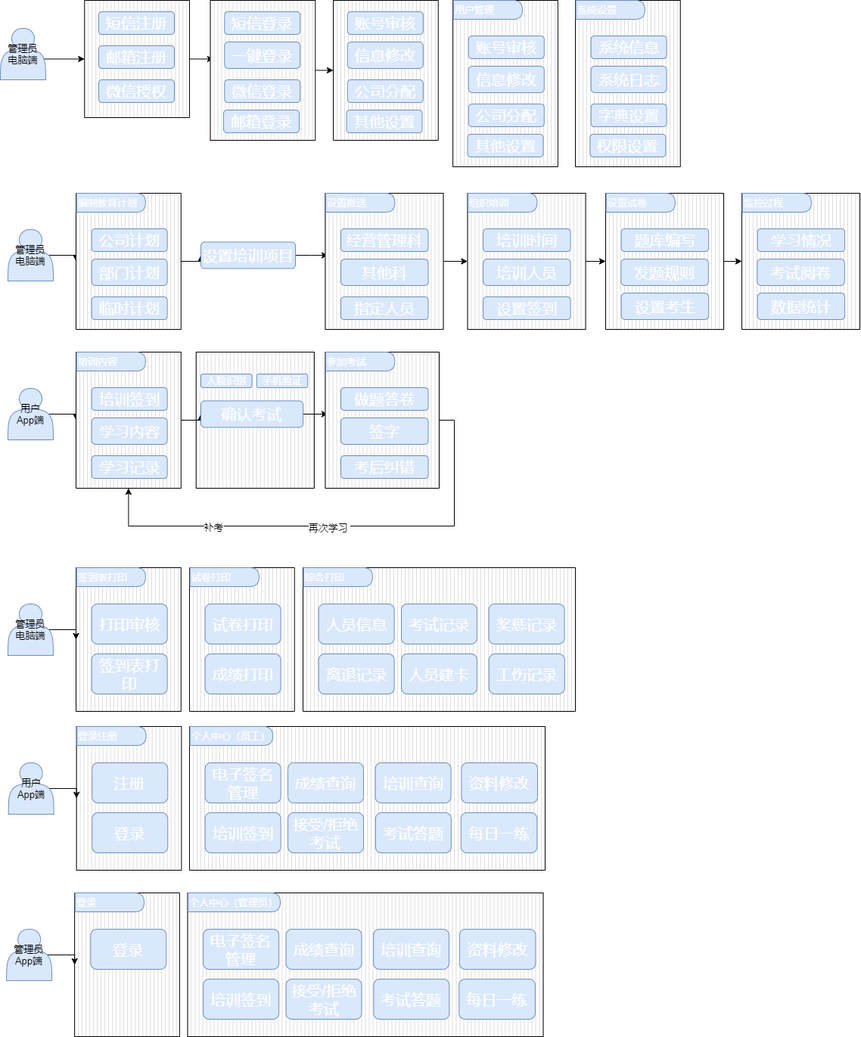
The draw.io diagram Untitled Diagram.drawio.png in lenonjone/Toolkits, before a commit. Source tidied: cells renumbered, new cells last; positions are measured from the earlier drawing's top-left corner, leaving out a move shared by most shapes.
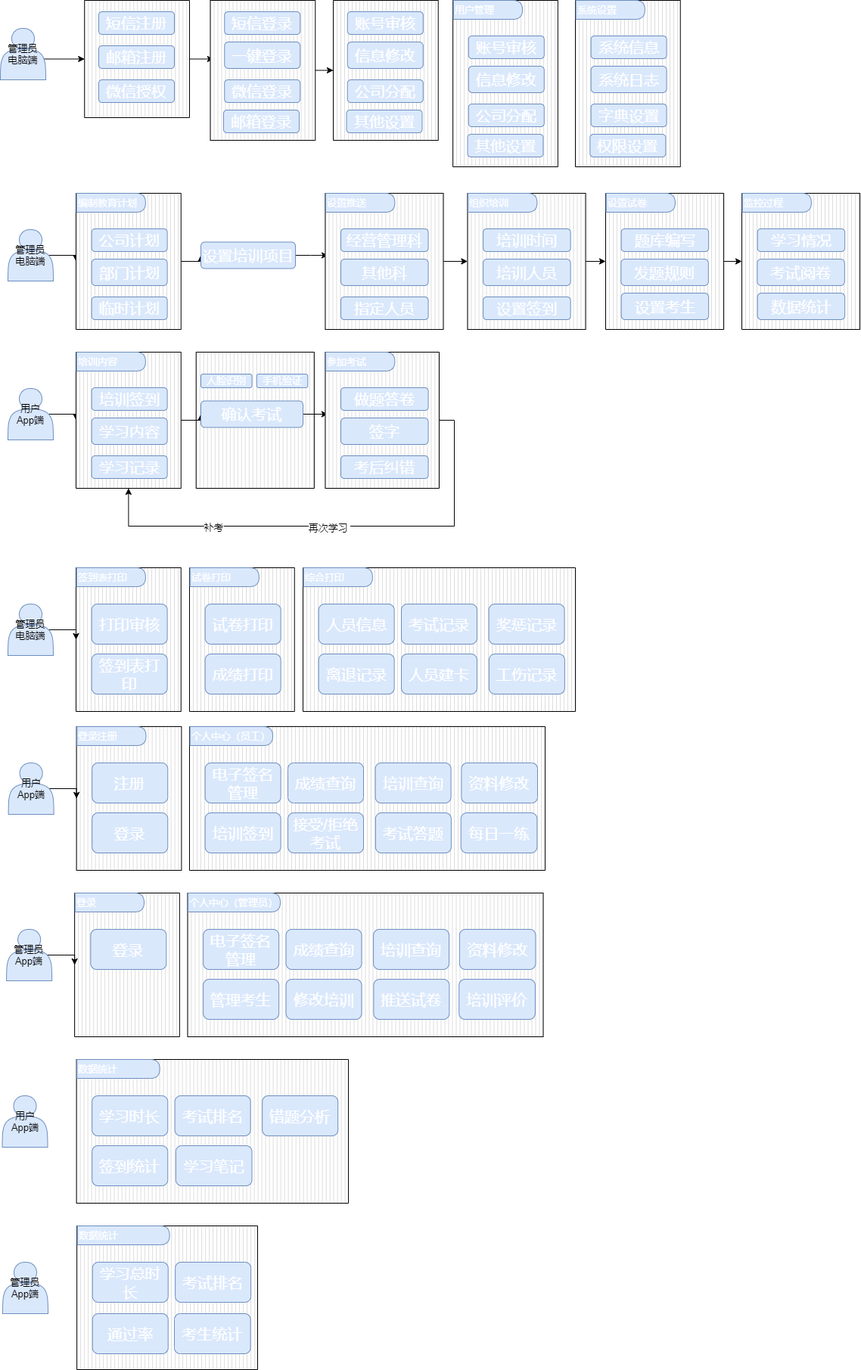
Above is the later version.

What changed in the source:
```diff
@@ -385,7 +385,7 @@
     <mxCell id="126" value="电子签名管理" style="rounded=1;whiteSpace=wrap;html=1;fillColor=#dae8fc;strokeColor=#6c8ebf;fontColor=#FFFFFF;fontStyle=0;fontSize=20;" parent="1" vertex="1">
       <mxGeometry x="268.1" y="1228" width="100" height="53" as="geometry" />
     </mxCell>
-    <mxCell id="127" value="培训签到" style="rounded=1;whiteSpace=wrap;html=1;fillColor=#dae8fc;strokeColor=#6c8ebf;fontColor=#FFFFFF;fontStyle=0;fontSize=20;" parent="1" vertex="1">
+    <mxCell id="127" value="管理考生" style="rounded=1;whiteSpace=wrap;html=1;fillColor=#dae8fc;strokeColor=#6c8ebf;fontColor=#FFFFFF;fontStyle=0;fontSize=20;" parent="1" vertex="1">
       <mxGeometry x="268.1" y="1294" width="100" height="53" as="geometry" />
     </mxCell>
     <mxCell id="128" value="个人中心（管理员）" style="shape=delay;whiteSpace=wrap;html=1;fontSize=13;align=left;fillColor=#dae8fc;strokeColor=#6c8ebf;fontColor=#FFFFFF;" parent="1" vertex="1">
@@ -394,20 +394,65 @@
     <mxCell id="129" value="成绩查询" style="rounded=1;whiteSpace=wrap;html=1;fillColor=#dae8fc;strokeColor=#6c8ebf;fontColor=#FFFFFF;fontStyle=0;fontSize=20;" parent="1" vertex="1">
       <mxGeometry x="377.5" y="1228" width="100" height="53" as="geometry" />
     </mxCell>
-    <mxCell id="130" value="接受/拒绝考试" style="rounded=1;whiteSpace=wrap;html=1;fillColor=#dae8fc;strokeColor=#6c8ebf;fontColor=#FFFFFF;fontStyle=0;fontSize=20;" parent="1" vertex="1">
+    <mxCell id="130" value="修改培训" style="rounded=1;whiteSpace=wrap;html=1;fillColor=#dae8fc;strokeColor=#6c8ebf;fontColor=#FFFFFF;fontStyle=0;fontSize=20;" parent="1" vertex="1">
       <mxGeometry x="377.5" y="1294" width="100" height="53" as="geometry" />
     </mxCell>
     <mxCell id="131" value="培训查询" style="rounded=1;whiteSpace=wrap;html=1;fillColor=#dae8fc;strokeColor=#6c8ebf;fontColor=#FFFFFF;fontStyle=0;fontSize=20;" parent="1" vertex="1">
       <mxGeometry x="493.1" y="1228" width="100" height="53" as="geometry" />
     </mxCell>
-    <mxCell id="132" value="考试答题" style="rounded=1;whiteSpace=wrap;html=1;fillColor=#dae8fc;strokeColor=#6c8ebf;fontColor=#FFFFFF;fontStyle=0;fontSize=20;" parent="1" vertex="1">
+    <mxCell id="132" value="推送试卷" style="rounded=1;whiteSpace=wrap;html=1;fillColor=#dae8fc;strokeColor=#6c8ebf;fontColor=#FFFFFF;fontStyle=0;fontSize=20;" parent="1" vertex="1">
       <mxGeometry x="493.4" y="1294" width="100" height="53" as="geometry" />
     </mxCell>
     <mxCell id="133" value="资料修改" style="rounded=1;whiteSpace=wrap;html=1;fillColor=#dae8fc;strokeColor=#6c8ebf;fontColor=#FFFFFF;fontStyle=0;fontSize=20;" parent="1" vertex="1">
       <mxGeometry x="606.9" y="1228" width="100.6" height="53" as="geometry" />
     </mxCell>
-    <mxCell id="134" value="每日一练" style="rounded=1;whiteSpace=wrap;html=1;fillColor=#dae8fc;strokeColor=#6c8ebf;fontColor=#FFFFFF;fontStyle=0;fontSize=20;" parent="1" vertex="1">
+    <mxCell id="134" value="培训评价" style="rounded=1;whiteSpace=wrap;html=1;fillColor=#dae8fc;strokeColor=#6c8ebf;fontColor=#FFFFFF;fontStyle=0;fontSize=20;" parent="1" vertex="1">
       <mxGeometry x="606.2" y="1294" width="100.6" height="53" as="geometry" />
     </mxCell>
+    <mxCell id="135" value="用户&lt;br&gt;App端" style="shape=actor;whiteSpace=wrap;html=1;fontSize=13;fillColor=#dae8fc;strokeColor=#6c8ebf;" parent="1" vertex="1">
+      <mxGeometry x="2.5" y="1448" width="60" height="68" as="geometry" />
+    </mxCell>
+    <mxCell id="136" style="verticalLabelPosition=bottom;verticalAlign=top;html=1;shape=mxgraph.basic.patternFillRect;fillStyle=vert;step=5;fillStrokeWidth=0.2;fillStrokeColor=#dddddd;fontSize=13;fontColor=#FFFFFF;" parent="1" vertex="1">
+      <mxGeometry x="100.6" y="1400" width="359.4" height="190" as="geometry" />
+    </mxCell>
+    <mxCell id="137" value="学习时长" style="rounded=1;whiteSpace=wrap;html=1;fillColor=#dae8fc;strokeColor=#6c8ebf;fontColor=#FFFFFF;fontStyle=0;fontSize=20;" parent="1" vertex="1">
+      <mxGeometry x="121.2" y="1448" width="100" height="53" as="geometry" />
+    </mxCell>
+    <mxCell id="138" value="签到统计" style="rounded=1;whiteSpace=wrap;html=1;fillColor=#dae8fc;strokeColor=#6c8ebf;fontColor=#FFFFFF;fontStyle=0;fontSize=20;" parent="1" vertex="1">
+      <mxGeometry x="121.2" y="1514" width="100" height="53" as="geometry" />
+    </mxCell>
+    <mxCell id="139" value="数据统计" style="shape=delay;whiteSpace=wrap;html=1;fontSize=13;align=left;fillColor=#dae8fc;strokeColor=#6c8ebf;fontColor=#FFFFFF;" parent="1" vertex="1">
+      <mxGeometry x="101.2" y="1400" width="109.4" height="25" as="geometry" />
+    </mxCell>
+    <mxCell id="140" value="考试排名" style="rounded=1;whiteSpace=wrap;html=1;fillColor=#dae8fc;strokeColor=#6c8ebf;fontColor=#FFFFFF;fontStyle=0;fontSize=20;" parent="1" vertex="1">
+      <mxGeometry x="230.6" y="1448" width="100" height="53" as="geometry" />
+    </mxCell>
+    <mxCell id="141" value="错题分析" style="rounded=1;whiteSpace=wrap;html=1;fillColor=#dae8fc;strokeColor=#6c8ebf;fontColor=#FFFFFF;fontStyle=0;fontSize=20;" parent="1" vertex="1">
+      <mxGeometry x="346.2" y="1448" width="100" height="53" as="geometry" />
+    </mxCell>
+    <mxCell id="142" value="学习笔记" style="rounded=1;whiteSpace=wrap;html=1;fillColor=#dae8fc;strokeColor=#6c8ebf;fontColor=#FFFFFF;fontStyle=0;fontSize=20;" parent="1" vertex="1">
+      <mxGeometry x="231.9" y="1514" width="100.6" height="53" as="geometry" />
+    </mxCell>
+    <mxCell id="143" value="管理员&lt;br&gt;App端" style="shape=actor;whiteSpace=wrap;html=1;fontSize=13;fillColor=#dae8fc;strokeColor=#6c8ebf;" parent="1" vertex="1">
+      <mxGeometry x="3" y="1668" width="60" height="68" as="geometry" />
+    </mxCell>
+    <mxCell id="144" style="verticalLabelPosition=bottom;verticalAlign=top;html=1;shape=mxgraph.basic.patternFillRect;fillStyle=vert;step=5;fillStrokeWidth=0.2;fillStrokeColor=#dddddd;fontSize=13;fontColor=#FFFFFF;" parent="1" vertex="1">
+      <mxGeometry x="101.1" y="1620" width="238.9" height="190" as="geometry" />
+    </mxCell>
+    <mxCell id="145" value="学习总时长" style="rounded=1;whiteSpace=wrap;html=1;fillColor=#dae8fc;strokeColor=#6c8ebf;fontColor=#FFFFFF;fontStyle=0;fontSize=20;" parent="1" vertex="1">
+      <mxGeometry x="121.7" y="1668" width="100" height="53" as="geometry" />
+    </mxCell>
+    <mxCell id="146" value="数据统计" style="shape=delay;whiteSpace=wrap;html=1;fontSize=13;align=left;fillColor=#dae8fc;strokeColor=#6c8ebf;fontColor=#FFFFFF;" parent="1" vertex="1">
+      <mxGeometry x="101.7" y="1620" width="121.9" height="25" as="geometry" />
+    </mxCell>
+    <mxCell id="147" value="考试排名" style="rounded=1;whiteSpace=wrap;html=1;fillColor=#dae8fc;strokeColor=#6c8ebf;fontColor=#FFFFFF;fontStyle=0;fontSize=20;" parent="1" vertex="1">
+      <mxGeometry x="231.1" y="1668" width="100" height="53" as="geometry" />
+    </mxCell>
+    <mxCell id="148" value="通过率" style="rounded=1;whiteSpace=wrap;html=1;fillColor=#dae8fc;strokeColor=#6c8ebf;fontColor=#FFFFFF;fontStyle=0;fontSize=20;" parent="1" vertex="1">
+      <mxGeometry x="121.7" y="1736" width="100" height="53" as="geometry" />
+    </mxCell>
+    <mxCell id="149" value="考生统计" style="rounded=1;whiteSpace=wrap;html=1;fillColor=#dae8fc;strokeColor=#6c8ebf;fontColor=#FFFFFF;fontStyle=0;fontSize=20;" parent="1" vertex="1">
+      <mxGeometry x="230" y="1736" width="100.6" height="53" as="geometry" />
+    </mxCell>
   </root>
 </mxGraphModel>
```
